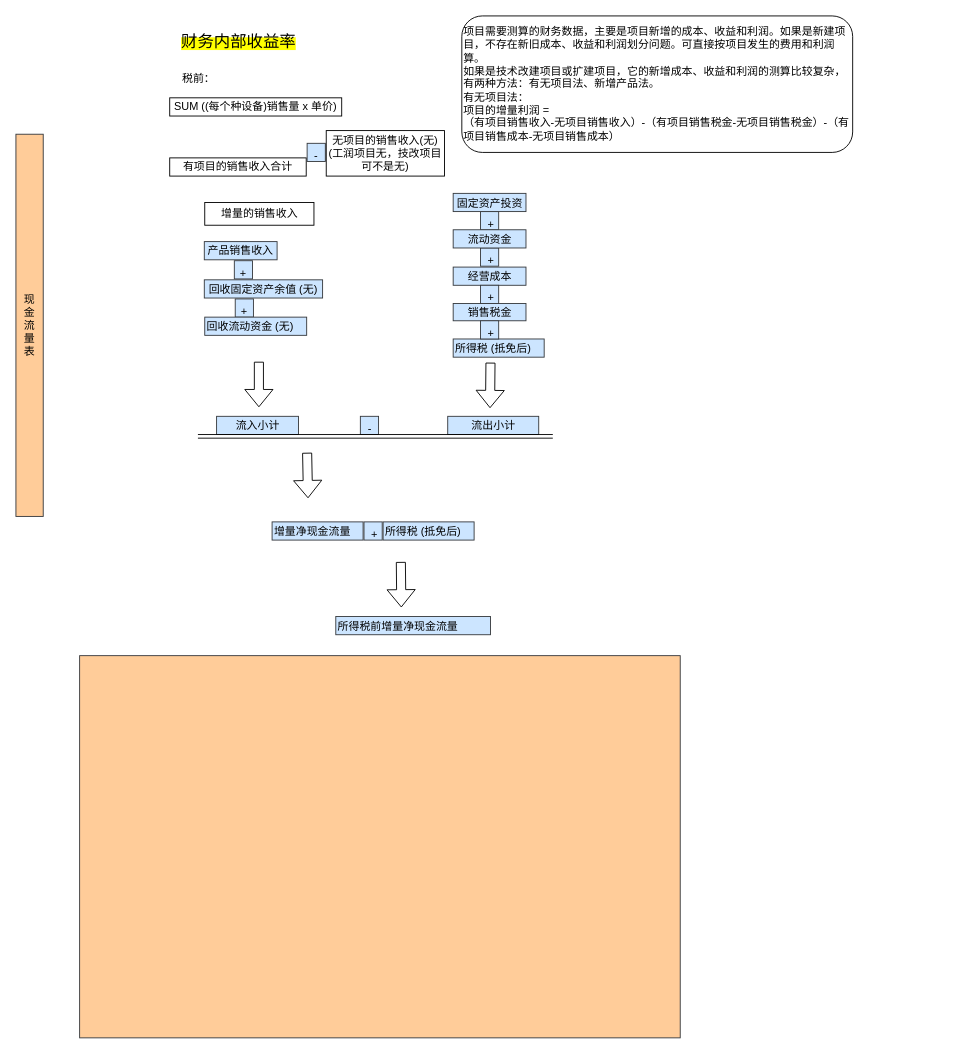
Yatttin/attention-nmt keeps this draw.io diagram as page "Page-3" (3 of 3) of Untitled Diagram.drawio. Above is the earlier version. Source tidied: cells renumbered, new cells numbered last; positions are measured from the earlier drawing's top-left corner, leaving out a move shared by most shapes. Both pictures are drawn from the tidied source at 91%, with x=0, y=0 at pixel (15, 15).
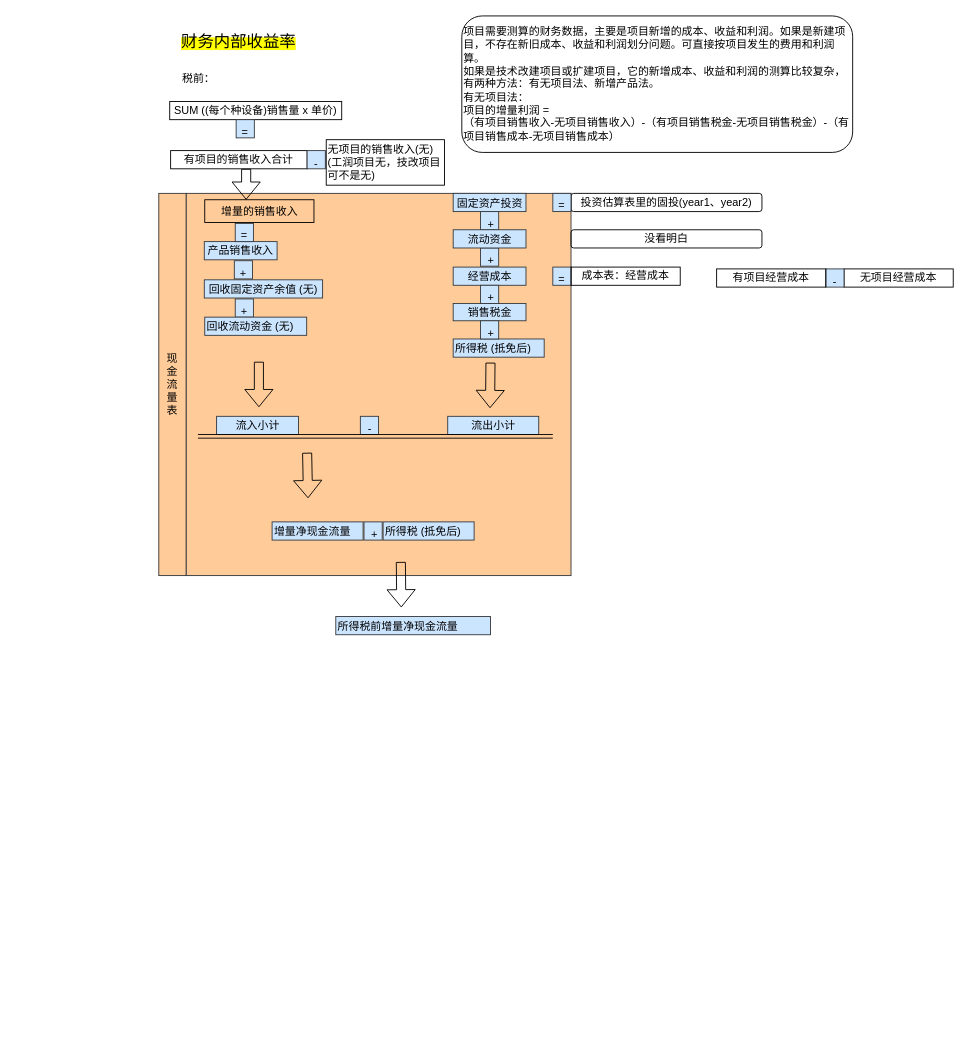
After the change.

What changed in the source:
```diff
@@
     <mxCell id="2" style="rounded=0;whiteSpace=wrap;html=1;fontFamily=Helvetica;fontSize=12;fillColor=#ffcc99;strokeColor=#36393d;" parent="1" vertex="1">
-      <mxGeometry x="70" y="703" width="660" height="420" as="geometry" />
+      <mxGeometry x="187" y="195" width="423" height="420" as="geometry" />
     </mxCell>
@@
     <mxCell id="13" value="现&lt;br&gt;金&lt;br&gt;流&lt;br&gt;量&lt;br&gt;表" style="rounded=0;whiteSpace=wrap;html=1;fontFamily=Helvetica;fontSize=12;fillColor=#ffcc99;strokeColor=#36393d;" parent="1" vertex="1">
-      <mxGeometry y="130" width="30" height="420" as="geometry" />
+      <mxGeometry x="157" y="195" width="30" height="420" as="geometry" />
     </mxCell>
@@
     <mxCell id="32" value="增量的销售收入" style="rounded=0;whiteSpace=wrap;html=1;fontFamily=Helvetica;fontSize=12;fontColor=default;fillColor=none;gradientColor=none;" parent="1" vertex="1">
-      <mxGeometry x="207.5" y="205" width="120" height="25" as="geometry" />
+      <mxGeometry x="207.5" y="202" width="120" height="25" as="geometry" />
     </mxCell>
     <mxCell id="33" value="有项目的销售收入合计" style="rounded=0;whiteSpace=wrap;html=1;fontFamily=Helvetica;fontSize=12;fontColor=default;fillColor=none;gradientColor=none;" parent="1" vertex="1">
-      <mxGeometry x="169" y="156" width="150" height="20" as="geometry" />
+      <mxGeometry x="170" y="148" width="150" height="20" as="geometry" />
     </mxCell>
     <mxCell id="34" value="&lt;div style=&quot;&quot;&gt;-&lt;/div&gt;" style="text;whiteSpace=wrap;html=1;fillColor=#cce5ff;strokeColor=#36393d;align=center;direction=south;" parent="1" vertex="1">
-      <mxGeometry x="320" y="140" width="20" height="20" as="geometry" />
+      <mxGeometry x="320" y="148" width="20" height="20" as="geometry" />
     </mxCell>
-    <mxCell id="35" value="无项目的销售收入(无)(工润项目无，技改项目可不是无)" style="rounded=0;whiteSpace=wrap;html=1;fontFamily=Helvetica;fontSize=12;fontColor=default;fillColor=none;gradientColor=none;" parent="1" vertex="1">
-      <mxGeometry x="341" y="126" width="130" height="50" as="geometry" />
+    <mxCell id="35" value="无项目的销售收入(无)(工润项目无，技改项目可不是无)" style="rounded=0;whiteSpace=wrap;html=1;fontFamily=Helvetica;fontSize=12;fontColor=default;fillColor=none;gradientColor=none;align=left;" parent="1" vertex="1">
+      <mxGeometry x="341" y="136" width="130" height="50" as="geometry" />
     </mxCell>
     <mxCell id="36" value="SUM ((每个种设备)销售量 x 单价)" style="rounded=0;whiteSpace=wrap;html=1;fontFamily=Helvetica;fontSize=12;fontColor=default;fillColor=none;gradientColor=none;" parent="1" vertex="1">
-      <mxGeometry x="169" y="90" width="189" height="20" as="geometry" />
+      <mxGeometry x="169" y="94" width="189" height="20" as="geometry" />
     </mxCell>
@@
+    <mxCell id="38" style="shape=flexArrow;endArrow=classic;html=1;rounded=0;fontFamily=Helvetica;fontSize=12;fontColor=default;" parent="1" edge="1">
+      <mxGeometry relative="1" as="geometry">
+        <mxPoint x="253" y="168" as="sourcePoint" />
+        <mxPoint x="253" y="202" as="targetPoint" />
+      </mxGeometry>
+    </mxCell>
+    <mxCell id="39" value="&lt;div style=&quot;&quot;&gt;&lt;span style=&quot;background-color: initial;&quot;&gt;=&lt;/span&gt;&lt;/div&gt;" style="text;whiteSpace=wrap;html=1;fillColor=#cce5ff;strokeColor=#36393d;align=center;" parent="1" vertex="1">
+      <mxGeometry x="241" y="228" width="20" height="20" as="geometry" />
+    </mxCell>
+    <mxCell id="40" value="投资估算表里的固投(year1、year2)" style="rounded=1;whiteSpace=wrap;html=1;fontFamily=Helvetica;fontSize=12;fontColor=default;fillColor=none;gradientColor=none;" parent="1" vertex="1">
+      <mxGeometry x="610" y="195" width="209.8" height="20" as="geometry" />
+    </mxCell>
+    <mxCell id="41" value="&lt;div style=&quot;&quot;&gt;&lt;span style=&quot;background-color: initial;&quot;&gt;=&lt;/span&gt;&lt;/div&gt;" style="text;whiteSpace=wrap;html=1;fillColor=#cce5ff;strokeColor=#36393d;align=center;" parent="1" vertex="1">
+      <mxGeometry x="590" y="195" width="20" height="20" as="geometry" />
+    </mxCell>
+    <mxCell id="42" value="没看明白" style="rounded=1;whiteSpace=wrap;html=1;fontFamily=Helvetica;fontSize=12;fontColor=default;fillColor=none;gradientColor=none;" parent="1" vertex="1">
+      <mxGeometry x="610" y="235" width="209.8" height="20" as="geometry" />
+    </mxCell>
+    <mxCell id="43" value="&lt;div style=&quot;&quot;&gt;&lt;span style=&quot;background-color: initial;&quot;&gt;=&lt;/span&gt;&lt;/div&gt;" style="text;whiteSpace=wrap;html=1;fillColor=#cce5ff;strokeColor=#36393d;align=center;" parent="1" vertex="1">
+      <mxGeometry x="242" y="114" width="20" height="20" as="geometry" />
+    </mxCell>
+    <mxCell id="44" value="无项目经营成本" style="rounded=0;whiteSpace=wrap;html=1;fontFamily=Helvetica;fontSize=12;fontColor=default;fillColor=none;gradientColor=none;" parent="1" vertex="1">
+      <mxGeometry x="910" y="278" width="120" height="20" as="geometry" />
+    </mxCell>
+    <mxCell id="45" value="&lt;div style=&quot;&quot;&gt;&lt;span style=&quot;background-color: initial;&quot;&gt;=&lt;/span&gt;&lt;/div&gt;" style="text;whiteSpace=wrap;html=1;fillColor=#cce5ff;strokeColor=#36393d;align=center;" parent="1" vertex="1">
+      <mxGeometry x="590" y="276" width="20" height="20" as="geometry" />
+    </mxCell>
+    <mxCell id="46" value="成本表：经营成本" style="rounded=0;whiteSpace=wrap;html=1;fontFamily=Helvetica;fontSize=12;fontColor=default;fillColor=none;gradientColor=none;" parent="1" vertex="1">
+      <mxGeometry x="610" y="276" width="120" height="20" as="geometry" />
+    </mxCell>
+    <mxCell id="47" value="&lt;div style=&quot;&quot;&gt;-&lt;/div&gt;" style="text;whiteSpace=wrap;html=1;fillColor=#cce5ff;strokeColor=#36393d;align=center;direction=south;" parent="1" vertex="1">
+      <mxGeometry x="890" y="278" width="20" height="20" as="geometry" />
+    </mxCell>
+    <mxCell id="48" value="有项目经营成本" style="rounded=0;whiteSpace=wrap;html=1;fontFamily=Helvetica;fontSize=12;fontColor=default;fillColor=none;gradientColor=none;" parent="1" vertex="1">
+      <mxGeometry x="770" y="278" width="120" height="20" as="geometry" />
+    </mxCell>
```
